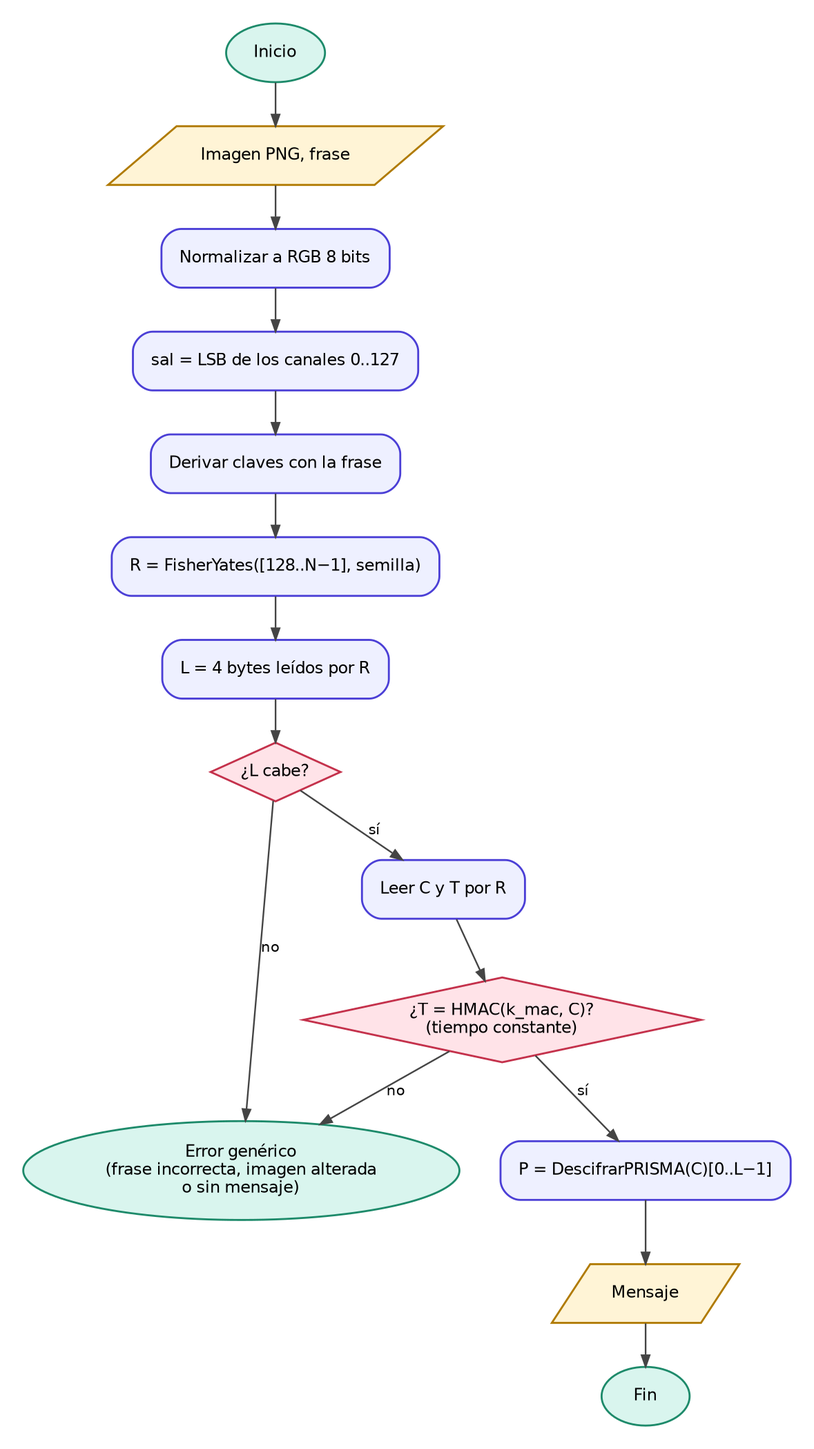
yaelrdf/Virologia_Criptografia_UPIICSA keeps this Graphviz diagram as Examen_Prisma/docs/diagramas/png/prisma_revelar.png. Above is the earlier version. Its source is kept beside it as Examen_Prisma/docs/diagramas/prisma_revelar.dot.
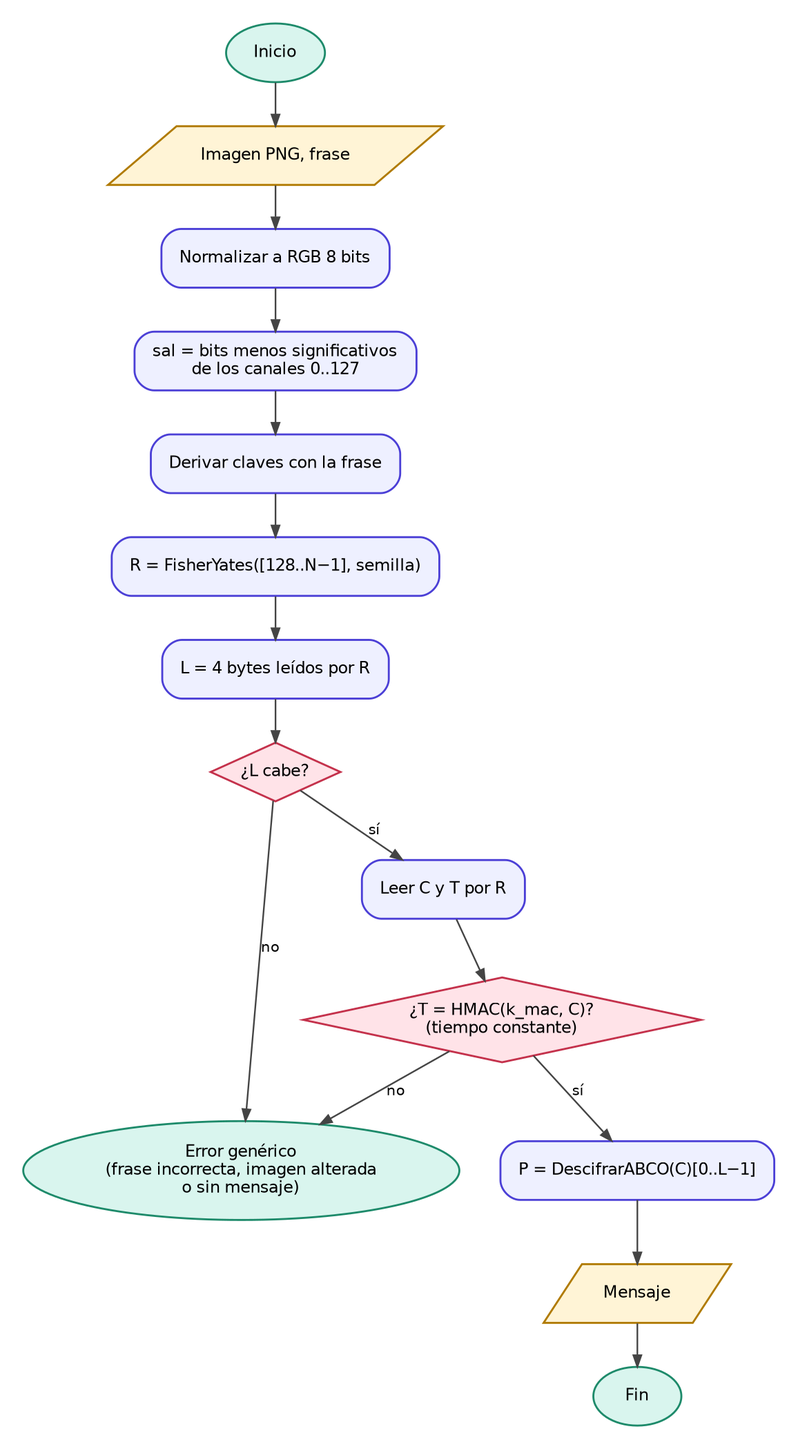
Later version of the same file.

Change to the diagram source:
```diff
@@ -2,9 +2,9 @@
 node [fontname="DejaVu Sans", fontsize=10, shape=box, style="rounded,filled", fillcolor="#eef0ff", color="#4b3fd6", penwidth=1.2, margin="0.15,0.07"];
 edge [fontname="DejaVu Sans", fontsize=9, color="#444444", arrowsize=0.7];
   ini [label="Inicio", shape=oval, style=filled, fillcolor="#d9f5ee", color="#1d8a6a"]; fin [label="Fin", shape=oval, style=filled, fillcolor="#d9f5ee", color="#1d8a6a"]; err [label="Error genérico\n(frase incorrecta, imagen alterada\no sin mensaje)", shape=oval, style=filled, fillcolor="#d9f5ee", color="#1d8a6a"];
-  ent [label="Imagen PNG, frase", shape=parallelogram, style=filled, fillcolor="#fff4d6", color="#b07a00"]; rgb [label="Normalizar a RGB 8 bits"]; sal [label="sal = LSB de los canales 0..127"];
+  ent [label="Imagen PNG, frase", shape=parallelogram, style=filled, fillcolor="#fff4d6", color="#b07a00"]; rgb [label="Normalizar a RGB 8 bits"]; sal [label="sal = bits menos significativos\nde los canales 0..127"];
   der [label="Derivar claves con la frase"]; rec [label="R = FisherYates([128..N−1], semilla)"]; len [label="L = 4 bytes leídos por R"];
   q1 [label="¿L cabe?", shape=diamond, style=filled, fillcolor="#ffe3e8", color="#c4314b", margin="0.05,0.03"]; rd [label="Leer C y T por R"]; q2 [label="¿T = HMAC(k_mac, C)?\n(tiempo constante)", shape=diamond, style=filled, fillcolor="#ffe3e8", color="#c4314b", margin="0.05,0.03"];
-  dec [label="P = DescifrarPRISMA(C)[0..L−1]"]; out [label="Mensaje", shape=parallelogram, style=filled, fillcolor="#fff4d6", color="#b07a00"];
+  dec [label="P = DescifrarABCO(C)[0..L−1]"]; out [label="Mensaje", shape=parallelogram, style=filled, fillcolor="#fff4d6", color="#b07a00"];
   ini -> ent -> rgb -> sal -> der -> rec -> len -> q1; q1 -> err [label="no"]; q1 -> rd [label="sí"]; rd -> q2; q2 -> err [label="no"]; q2 -> dec [label="sí"]; dec -> out -> fin;
 }
```
